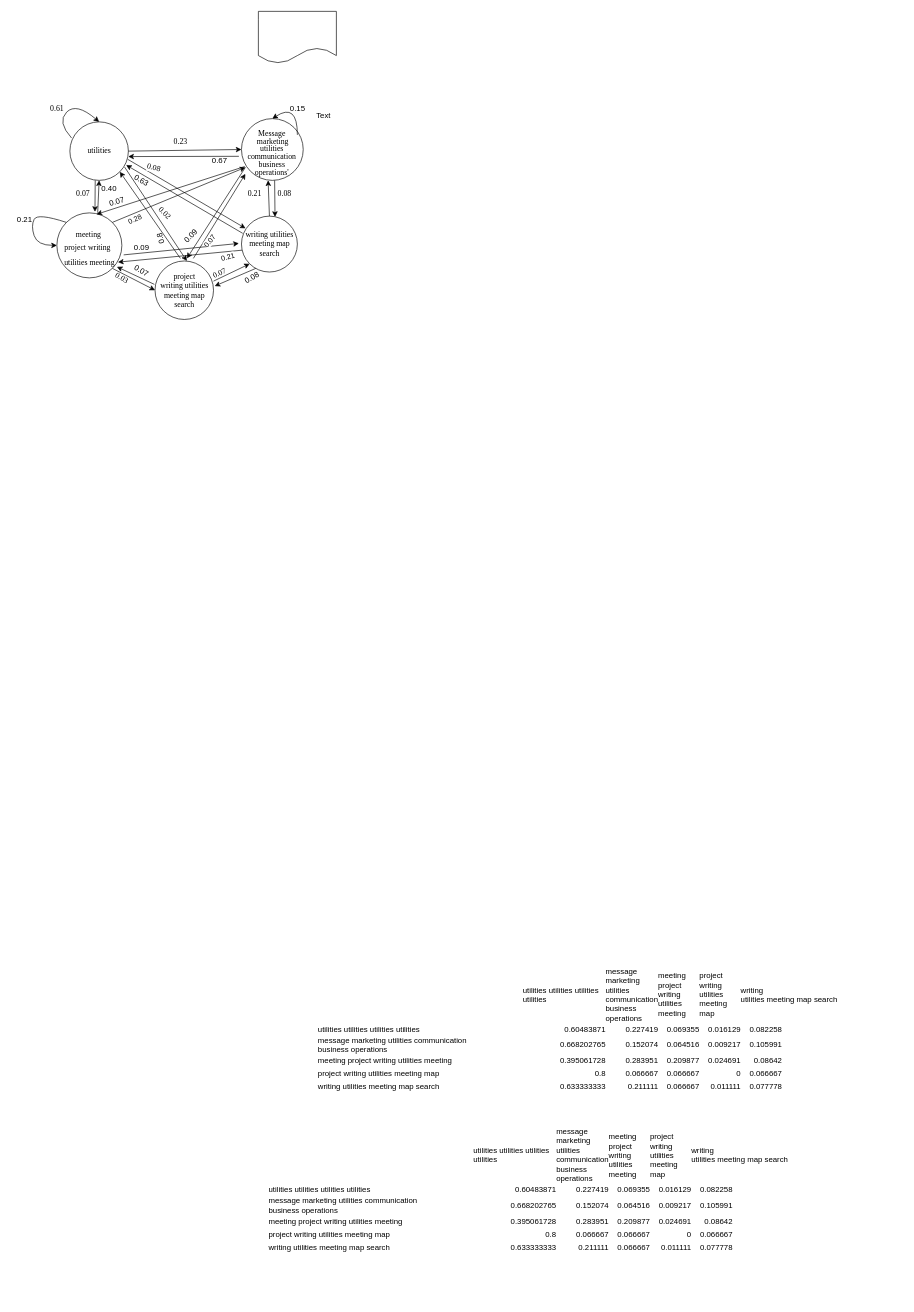
This is Untitled Diagram.drawio from oluwande/zmPDSwR, a draw.io file, before an edit. Source tidied: cells renumbered, new cells numbered last; positions are measured from the earlier drawing's top-left corner, leaving out a move shared by most shapes. Both pictures are drawn from the tidied source at 65%, with x=0, y=0 at pixel (11, 11).
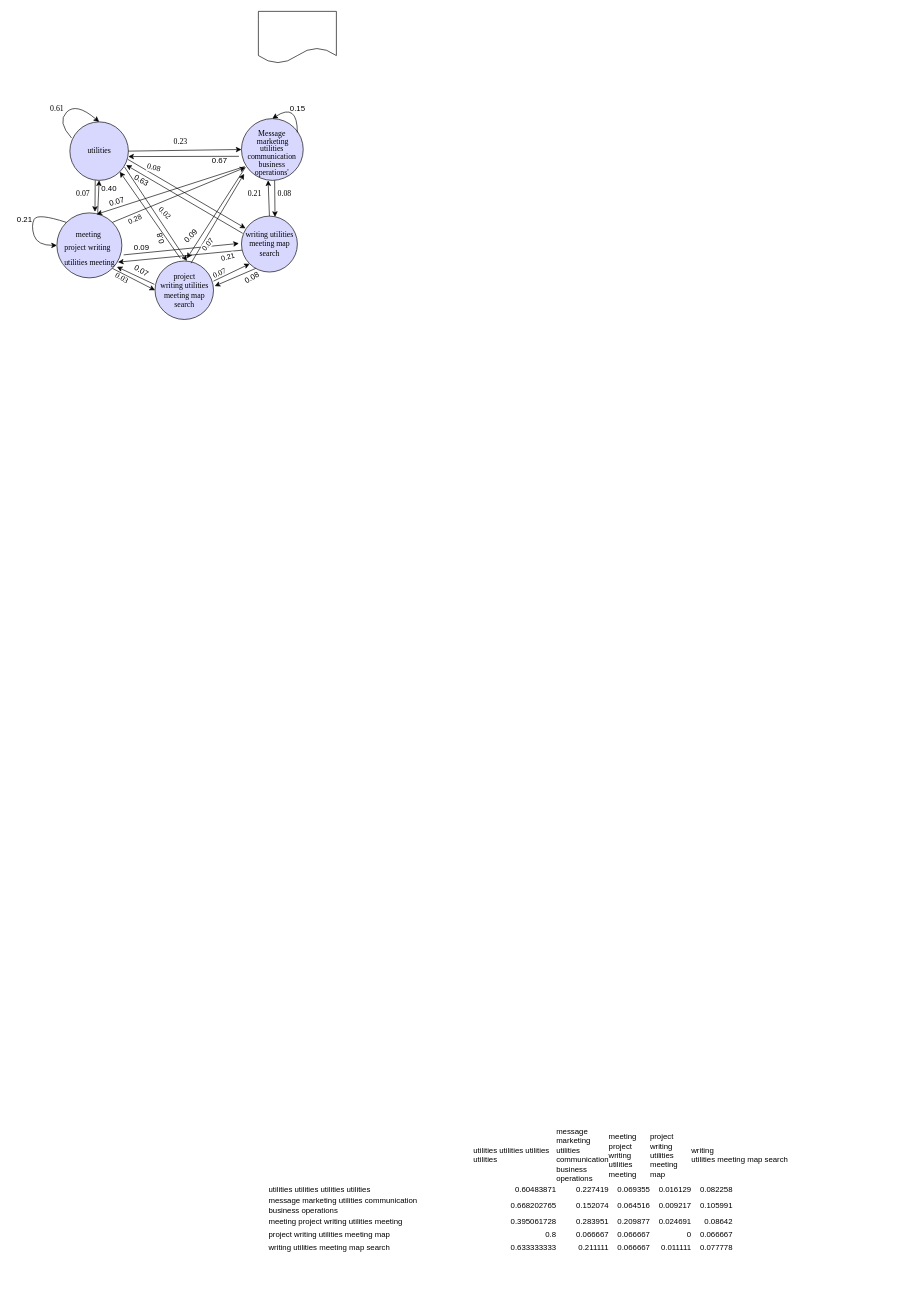
The same page after the edit.

Change to the diagram source:
```diff
@@
-    <mxCell id="2" value="utilities" style="shape=ellipse;html=1;dashed=0;whitespace=wrap;perimeter=ellipsePerimeter;fontFamily=Times New Roman;align=center;fontSize=12;" parent="1" vertex="1">
+    <mxCell id="2" value="utilities" style="shape=ellipse;html=1;dashed=0;whitespace=wrap;perimeter=ellipsePerimeter;fontFamily=Times New Roman;align=center;fontSize=12;fillColor=#D8D8FF;" parent="1" vertex="1">
       <mxGeometry x="90" y="170" width="90" height="90" as="geometry" />
     </mxCell>
-    <mxCell id="3" value="&lt;p class=&quot;MsoNormal&quot; style=&quot;margin-bottom: 0cm; line-height: 0; font-size: 12px;&quot;&gt;&lt;span lang=&quot;EN-GB&quot; style=&quot;font-size: 12px;&quot;&gt;&lt;font style=&quot;font-size: 12px;&quot;&gt;Message&amp;nbsp;&lt;/font&gt;&lt;/span&gt;&lt;/p&gt;&lt;p class=&quot;MsoNormal&quot; style=&quot;margin-bottom: 0cm; line-height: 0; font-size: 12px;&quot;&gt;&lt;font style=&quot;font-size: 12px;&quot;&gt;marketing&lt;/font&gt;&lt;/p&gt;&lt;p class=&quot;MsoNormal&quot; style=&quot;margin-bottom: 0cm; line-height: 0; font-size: 12px;&quot;&gt;&lt;font style=&quot;font-size: 12px;&quot;&gt;utilities&amp;nbsp;&lt;/font&gt;&lt;/p&gt;&lt;p class=&quot;MsoNormal&quot; style=&quot;margin-bottom: 0cm; line-height: 0; font-size: 12px;&quot;&gt;&lt;font style=&quot;font-size: 12px;&quot;&gt;communication&amp;nbsp;&lt;/font&gt;&lt;/p&gt;&lt;p class=&quot;MsoNormal&quot; style=&quot;margin-bottom: 0cm; line-height: 0; font-size: 12px;&quot;&gt;&lt;span style=&quot;font-size: 12px;&quot;&gt;business&amp;nbsp;&lt;/span&gt;&lt;/p&gt;&lt;p class=&quot;MsoNormal&quot; style=&quot;margin-bottom: 0cm; line-height: 0; font-size: 12px;&quot;&gt;&lt;span style=&quot;font-size: 12px;&quot;&gt;operations'&amp;nbsp;&lt;/span&gt;&lt;/p&gt;" style="shape=ellipse;html=1;dashed=0;whitespace=wrap;perimeter=ellipsePerimeter;align=center;fontFamily=Times New Roman;fontSize=12;" parent="1" vertex="1">
+    <mxCell id="3" value="&lt;p class=&quot;MsoNormal&quot; style=&quot;margin-bottom: 0cm; line-height: 0; font-size: 12px;&quot;&gt;&lt;span lang=&quot;EN-GB&quot; style=&quot;font-size: 12px;&quot;&gt;&lt;font style=&quot;font-size: 12px;&quot;&gt;Message&amp;nbsp;&lt;/font&gt;&lt;/span&gt;&lt;/p&gt;&lt;p class=&quot;MsoNormal&quot; style=&quot;margin-bottom: 0cm; line-height: 0; font-size: 12px;&quot;&gt;&lt;font style=&quot;font-size: 12px;&quot;&gt;marketing&lt;/font&gt;&lt;/p&gt;&lt;p class=&quot;MsoNormal&quot; style=&quot;margin-bottom: 0cm; line-height: 0; font-size: 12px;&quot;&gt;&lt;font style=&quot;font-size: 12px;&quot;&gt;utilities&amp;nbsp;&lt;/font&gt;&lt;/p&gt;&lt;p class=&quot;MsoNormal&quot; style=&quot;margin-bottom: 0cm; line-height: 0; font-size: 12px;&quot;&gt;&lt;font style=&quot;font-size: 12px;&quot;&gt;communication&amp;nbsp;&lt;/font&gt;&lt;/p&gt;&lt;p class=&quot;MsoNormal&quot; style=&quot;margin-bottom: 0cm; line-height: 0; font-size: 12px;&quot;&gt;&lt;span style=&quot;font-size: 12px;&quot;&gt;business&amp;nbsp;&lt;/span&gt;&lt;/p&gt;&lt;p class=&quot;MsoNormal&quot; style=&quot;margin-bottom: 0cm; line-height: 0; font-size: 12px;&quot;&gt;&lt;span style=&quot;font-size: 12px;&quot;&gt;operations'&amp;nbsp;&lt;/span&gt;&lt;/p&gt;" style="shape=ellipse;html=1;dashed=0;whitespace=wrap;perimeter=ellipsePerimeter;align=center;fontFamily=Times New Roman;fontSize=12;fillColor=#D8D8FF;strokeColor=#000000;" parent="1" vertex="1">
       <mxGeometry x="354" y="165" width="95" height="95" as="geometry" />
     </mxCell>
-    <mxCell id="4" value="&lt;p class=&quot;MsoNormal&quot; style=&quot;margin-bottom: 0cm ; line-height: 0.7 ; font-size: 12px&quot;&gt;&lt;span lang=&quot;EN-GB&quot; style=&quot;font-size: 12px&quot;&gt;&lt;font style=&quot;font-size: 12px&quot;&gt;meeting&amp;nbsp;&lt;/font&gt;&lt;/span&gt;&lt;/p&gt;&lt;p class=&quot;MsoNormal&quot; style=&quot;margin-bottom: 0cm ; line-height: 0.7 ; font-size: 12px&quot;&gt;&lt;span lang=&quot;EN-GB&quot;&gt;project&amp;nbsp;&lt;/span&gt;&lt;span&gt;writing&amp;nbsp;&amp;nbsp;&lt;/span&gt;&lt;/p&gt;&lt;blockquote style=&quot;margin-bottom: 0cm ; line-height: normal&quot;&gt;utilities&lt;span style=&quot;font-size: 12px&quot;&gt;&amp;nbsp;&lt;/span&gt;&lt;span style=&quot;font-size: 12px&quot;&gt;meeting&lt;/span&gt;&lt;/blockquote&gt;" style="shape=ellipse;html=1;dashed=0;whitespace=wrap;perimeter=ellipsePerimeter;fontFamily=Times New Roman;align=center;fontSize=12;" parent="1" vertex="1">
+    <mxCell id="4" value="&lt;p class=&quot;MsoNormal&quot; style=&quot;margin-bottom: 0cm ; line-height: 0.7 ; font-size: 12px&quot;&gt;&lt;span lang=&quot;EN-GB&quot; style=&quot;font-size: 12px&quot;&gt;&lt;font style=&quot;font-size: 12px&quot;&gt;meeting&amp;nbsp;&lt;/font&gt;&lt;/span&gt;&lt;/p&gt;&lt;p class=&quot;MsoNormal&quot; style=&quot;margin-bottom: 0cm ; line-height: 0.7 ; font-size: 12px&quot;&gt;&lt;span lang=&quot;EN-GB&quot;&gt;project&amp;nbsp;&lt;/span&gt;&lt;span&gt;writing&amp;nbsp;&amp;nbsp;&lt;/span&gt;&lt;/p&gt;&lt;blockquote style=&quot;margin-bottom: 0cm ; line-height: normal&quot;&gt;utilities&lt;span style=&quot;font-size: 12px&quot;&gt;&amp;nbsp;&lt;/span&gt;&lt;span style=&quot;font-size: 12px&quot;&gt;meeting&lt;/span&gt;&lt;/blockquote&gt;" style="shape=ellipse;html=1;dashed=0;whitespace=wrap;perimeter=ellipsePerimeter;fontFamily=Times New Roman;align=center;fontSize=12;fillColor=#D8D8FF;" parent="1" vertex="1">
       <mxGeometry x="70" y="310" width="100" height="100" as="geometry" />
     </mxCell>
-    <mxCell id="5" value="&lt;span&gt;writing utilities &lt;br&gt;meeting map &lt;br&gt;search&lt;br&gt;&lt;/span&gt;" style="shape=ellipse;html=1;dashed=0;whitespace=wrap;perimeter=ellipsePerimeter;fontFamily=Times New Roman;align=center;fontSize=12;" parent="1" vertex="1">
+    <mxCell id="5" value="&lt;span&gt;writing utilities &lt;br&gt;meeting map &lt;br&gt;search&lt;br&gt;&lt;/span&gt;" style="shape=ellipse;html=1;dashed=0;whitespace=wrap;perimeter=ellipsePerimeter;fontFamily=Times New Roman;align=center;fontSize=12;fillColor=#D8D8FF;" parent="1" vertex="1">
       <mxGeometry x="354" y="315" width="86" height="86" as="geometry" />
     </mxCell>
-    <mxCell id="6" value="&lt;span lang=&quot;EN-GB&quot; style=&quot;font-size: 12px ; line-height: 107%&quot;&gt;project &lt;br&gt;writing utilities&lt;br style=&quot;font-size: 12px&quot;&gt;meeting map &lt;br style=&quot;font-size: 12px&quot;&gt;search&lt;/span&gt;" style="shape=ellipse;html=1;dashed=0;whitespace=wrap;perimeter=ellipsePerimeter;fontFamily=Times New Roman;align=center;fontSize=12;" parent="1" vertex="1">
+    <mxCell id="6" value="&lt;span lang=&quot;EN-GB&quot; style=&quot;font-size: 12px ; line-height: 107%&quot;&gt;project &lt;br&gt;writing utilities&lt;br style=&quot;font-size: 12px&quot;&gt;meeting map &lt;br style=&quot;font-size: 12px&quot;&gt;search&lt;/span&gt;" style="shape=ellipse;html=1;dashed=0;whitespace=wrap;perimeter=ellipsePerimeter;fontFamily=Times New Roman;align=center;fontSize=12;fillColor=#D8D8FF;" parent="1" vertex="1">
       <mxGeometry x="221" y="384" width="90" height="90" as="geometry" />
     </mxCell>
@@
-    <mxCell id="28" value="&lt;table border=&quot;0&quot; cellpadding=&quot;0&quot; cellspacing=&quot;0&quot; width=&quot;899&quot; style=&quot;border-collapse: collapse ; width: 675pt&quot;&gt;&#10;&#10; &lt;colgroup&gt;&lt;col width=&quot;322&quot; style=&quot;width: 242pt&quot;&gt;&#10; &lt;col width=&quot;129&quot; style=&quot;width: 97pt&quot;&gt;&#10; &lt;col width=&quot;64&quot; span=&quot;7&quot; style=&quot;width: 48pt&quot;&gt;&#10; &lt;/colgroup&gt;&lt;tbody&gt;&lt;tr style=&quot;height: 15.0pt&quot;&gt;&#10;  &lt;td height=&quot;20&quot; width=&quot;322&quot; style=&quot;height: 15.0pt ; width: 242pt&quot;&gt;&lt;/td&gt;&#10;  &lt;td width=&quot;129&quot; style=&quot;width: 97pt&quot;&gt;utilities utilities utilities utilities&lt;/td&gt;&#10;  &lt;td width=&quot;64&quot; style=&quot;width: 48pt&quot;&gt;message marketing utilities communication&#10;  business operations&lt;/td&gt;&#10;  &lt;td width=&quot;64&quot; style=&quot;width: 48pt&quot;&gt;meeting project writing utilities meeting&lt;/td&gt;&#10;  &lt;td width=&quot;64&quot; style=&quot;width: 48pt&quot;&gt;project writing utilities meeting map&lt;/td&gt;&#10;  &lt;td colspan=&quot;4&quot; width=&quot;256&quot; style=&quot;width: 192pt&quot;&gt;writing&#10;  utilities meeting map search&lt;/td&gt;&#10; &lt;/tr&gt;&#10; &lt;tr style=&quot;height: 15.0pt&quot;&gt;&#10;  &lt;td height=&quot;20&quot; style=&quot;height: 15.0pt&quot;&gt;utilities utilities utilities utilities&lt;/td&gt;&#10;  &lt;td align=&quot;right&quot;&gt;0.60483871&lt;/td&gt;&#10;  &lt;td align=&quot;right&quot;&gt;0.227419&lt;/td&gt;&#10;  &lt;td align=&quot;right&quot;&gt;0.069355&lt;/td&gt;&#10;  &lt;td align=&quot;right&quot;&gt;0.016129&lt;/td&gt;&#10;  &lt;td align=&quot;right&quot;&gt;0.082258&lt;/td&gt;&#10;  &lt;td&gt;&lt;/td&gt;&#10;  &lt;td&gt;&lt;/td&gt;&#10;  &lt;td&gt;&lt;/td&gt;&#10; &lt;/tr&gt;&#10; &lt;tr style=&quot;height: 15.0pt&quot;&gt;&#10;  &lt;td height=&quot;20&quot; style=&quot;height: 15.0pt&quot;&gt;message marketing utilities communication&#10;  business operations&lt;/td&gt;&#10;  &lt;td align=&quot;right&quot;&gt;0.668202765&lt;/td&gt;&#10;  &lt;td align=&quot;right&quot;&gt;0.152074&lt;/td&gt;&#10;  &lt;td align=&quot;right&quot;&gt;0.064516&lt;/td&gt;&#10;  &lt;td align=&quot;right&quot;&gt;0.009217&lt;/td&gt;&#10;  &lt;td align=&quot;right&quot;&gt;0.105991&lt;/td&gt;&#10;  &lt;td&gt;&lt;/td&gt;&#10;  &lt;td&gt;&lt;/td&gt;&#10;  &lt;td&gt;&lt;/td&gt;&#10; &lt;/tr&gt;&#10; &lt;tr style=&quot;height: 15.0pt&quot;&gt;&#10;  &lt;td height=&quot;20&quot; style=&quot;height: 15.0pt&quot;&gt;meeting project writing utilities meeting&lt;/td&gt;&#10;  &lt;td align=&quot;right&quot;&gt;0.395061728&lt;/td&gt;&#10;  &lt;td align=&quot;right&quot;&gt;0.283951&lt;/td&gt;&#10;  &lt;td align=&quot;right&quot;&gt;0.209877&lt;/td&gt;&#10;  &lt;td align=&quot;right&quot;&gt;0.024691&lt;/td&gt;&#10;  &lt;td align=&quot;right&quot;&gt;0.08642&lt;/td&gt;&#10;  &lt;td&gt;&lt;/td&gt;&#10;  &lt;td&gt;&lt;/td&gt;&#10;  &lt;td&gt;&lt;/td&gt;&#10; &lt;/tr&gt;&#10; &lt;tr style=&quot;height: 15.0pt&quot;&gt;&#10;  &lt;td height=&quot;20&quot; style=&quot;height: 15.0pt&quot;&gt;project writing utilities meeting map&lt;/td&gt;&#10;  &lt;td align=&quot;right&quot;&gt;0.8&lt;/td&gt;&#10;  &lt;td align=&quot;right&quot;&gt;0.066667&lt;/td&gt;&#10;  &lt;td align=&quot;right&quot;&gt;0.066667&lt;/td&gt;&#10;  &lt;td align=&quot;right&quot;&gt;0&lt;/td&gt;&#10;  &lt;td align=&quot;right&quot;&gt;0.066667&lt;/td&gt;&#10;  &lt;td&gt;&lt;/td&gt;&#10;  &lt;td&gt;&lt;/td&gt;&#10;  &lt;td&gt;&lt;/td&gt;&#10; &lt;/tr&gt;&#10; &lt;tr style=&quot;height: 15.0pt&quot;&gt;&#10;  &lt;td height=&quot;20&quot; style=&quot;height: 15.0pt&quot;&gt;writing utilities meeting map search&lt;/td&gt;&#10;  &lt;td align=&quot;right&quot;&gt;0.633333333&lt;/td&gt;&#10;  &lt;td align=&quot;right&quot;&gt;0.211111&lt;/td&gt;&#10;  &lt;td align=&quot;right&quot;&gt;0.066667&lt;/td&gt;&#10;  &lt;td align=&quot;right&quot;&gt;0.011111&lt;/td&gt;&#10;  &lt;td align=&quot;right&quot;&gt;0.077778&lt;/td&gt;&#10;  &lt;td&gt;&lt;/td&gt;&#10;  &lt;td&gt;&lt;/td&gt;&#10;  &lt;td&gt;&lt;/td&gt;&#10; &lt;/tr&gt;&#10;&#10;&lt;/tbody&gt;&lt;/table&gt;" style="text;whiteSpace=wrap;html=1;" parent="1" vertex="1">
-      <mxGeometry x="470" y="470" width="550" height="1170" as="geometry" />
-    </mxCell>
@@
-    <mxCell id="31" style="curved=1;endArrow=classic;html=1;rounded=0;entryX=0.5;entryY=0;entryDx=0;entryDy=0;" parent="1" edge="1" target="3">
+    <mxCell id="31" style="curved=1;endArrow=classic;html=1;rounded=0;entryX=0.5;entryY=0;entryDx=0;entryDy=0;exitX=0.905;exitY=0.227;exitDx=0;exitDy=0;exitPerimeter=0;" parent="1" edge="1" source="3" target="3">
       <mxGeometry relative="1" as="geometry">
-        <mxPoint x="440" y="190" as="sourcePoint" />
         <Array as="points">
           <mxPoint x="440" y="140" />
         </Array>
       </mxGeometry>
     </mxCell>
-    <mxCell id="32" value="Text" style="text;html=1;align=center;verticalAlign=middle;strokeColor=none;fillColor=none;" parent="1" vertex="1">
-      <mxGeometry x="460" y="150" width="40" height="20" as="geometry" />
-    </mxCell>
@@
-    <mxCell id="48" style="endArrow=classic;html=1;rounded=0;" parent="1" edge="1">
+    <mxCell id="48" style="endArrow=classic;html=1;rounded=0;exitX=0.638;exitY=0.038;exitDx=0;exitDy=0;exitPerimeter=0;" parent="1" edge="1">
       <mxGeometry relative="1" as="geometry">
-        <mxPoint x="280" y="380" as="sourcePoint" />
-        <mxPoint x="360" y="250" as="targetPoint" />
+        <mxPoint x="276.4" y="387.4" as="sourcePoint" />
+        <mxPoint x="358" y="250" as="targetPoint" />
       </mxGeometry>
     </mxCell>
```
